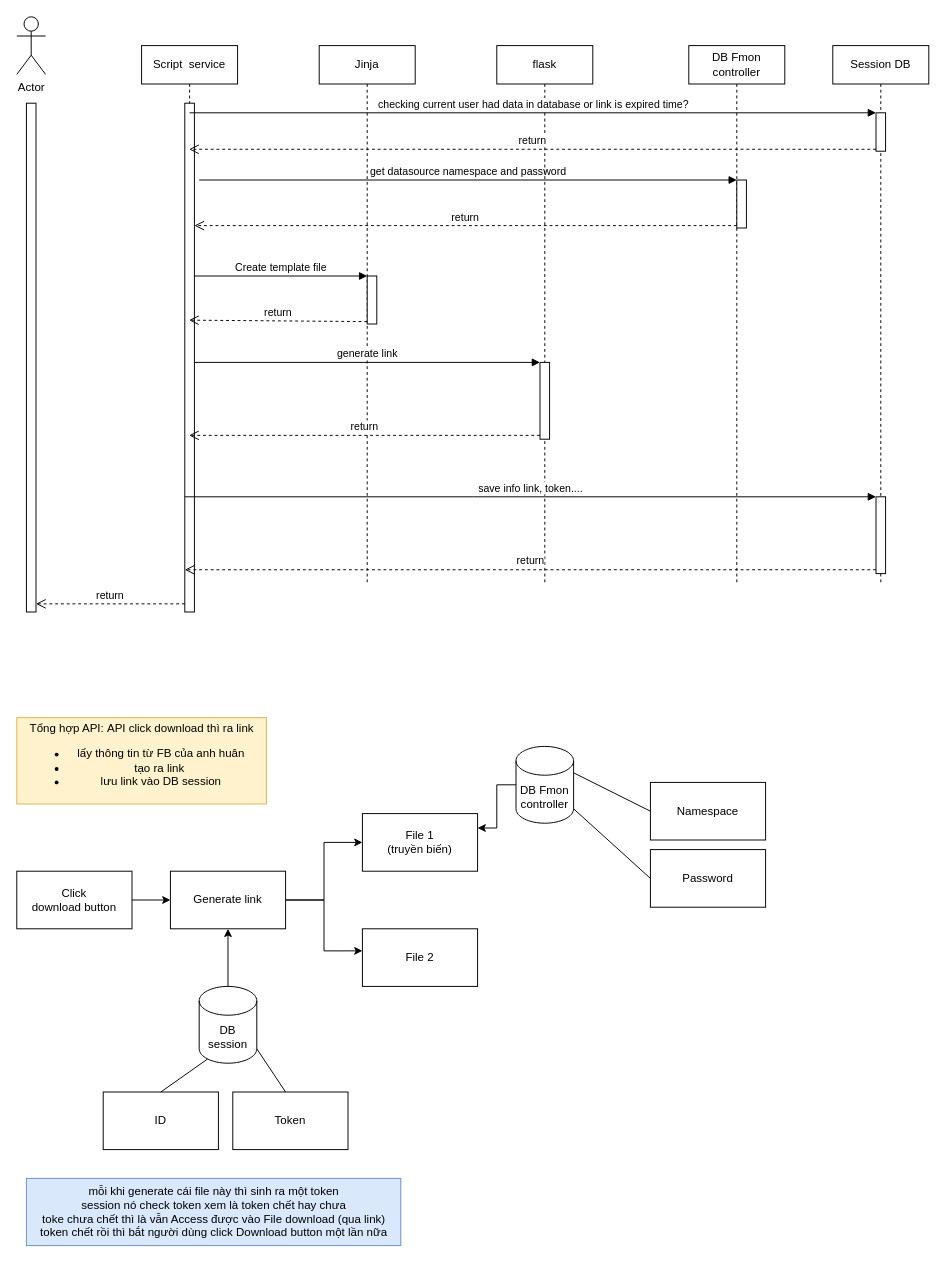
Above: Download install script.drawio in AlicasticAnhthu/apiflask (draw.io), before the change. Source tidied: cells renumbered, new cells numbered last; positions are measured from the earlier drawing's top-left corner, leaving out a move shared by most shapes. Both pictures are drawn from the tidied source at 96%, with x=0, y=0 at pixel (16, 16).
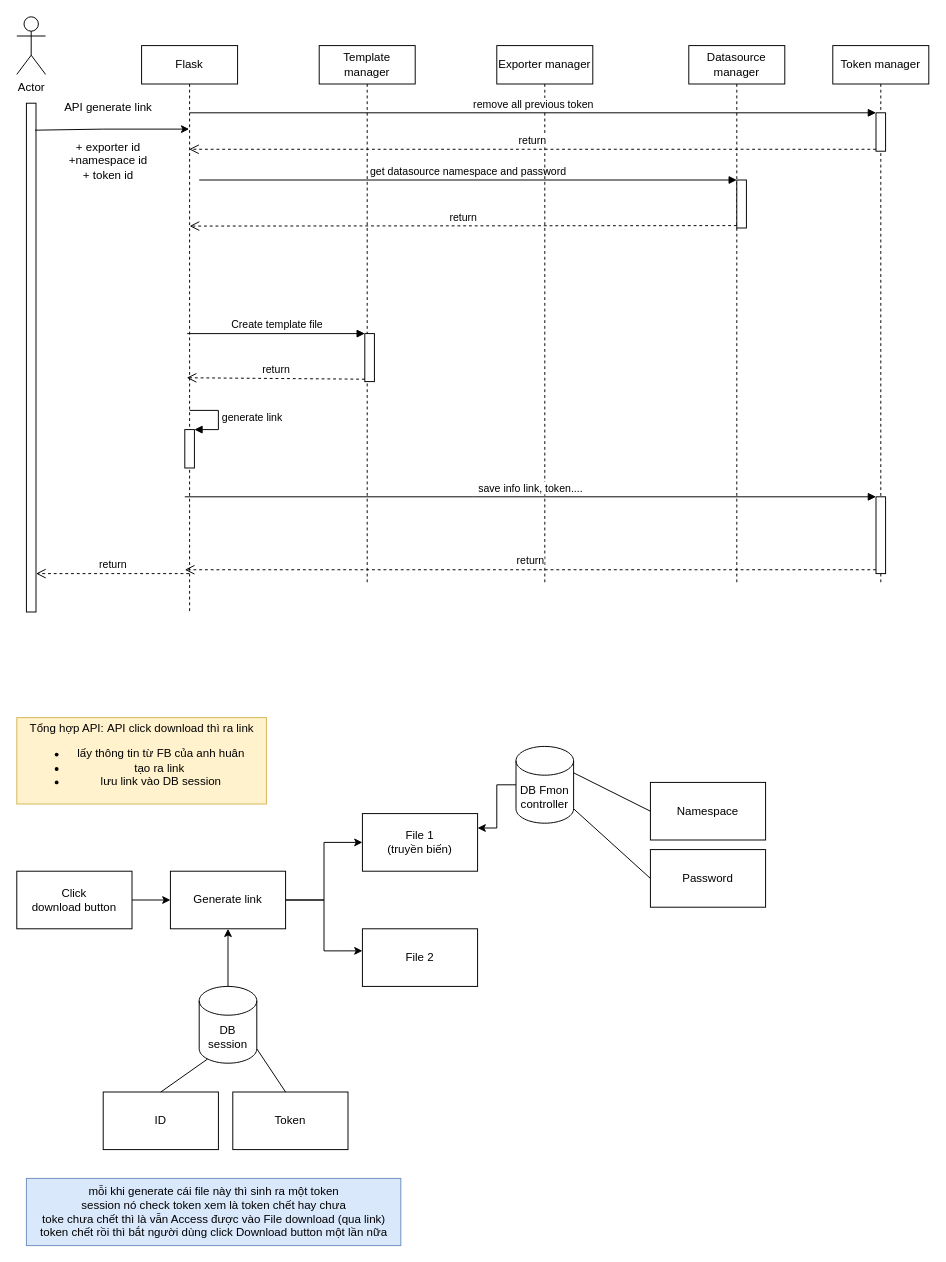
The same diagram, later.

Unchanged cells that the change refers to:
```xml
<mxCell id="8" style="html=1;points=[];perimeter=orthogonalPerimeter;" parent="7" vertex="1">
  <mxGeometry x="50" y="140" width="10" height="50" as="geometry" />
</mxCell>
<mxCell id="32" style="html=1;points=[];perimeter=orthogonalPerimeter;" parent="30" vertex="1">
  <mxGeometry x="45" y="70" width="10" height="40" as="geometry" />
</mxCell>
<mxCell id="33" style="html=1;points=[];perimeter=orthogonalPerimeter;" parent="1" vertex="1">
  <mxGeometry x="10" y="90" width="10" height="530" as="geometry" />
</mxCell>
```

What changed in the source:
```diff
@@
-    <mxCell id="3" value="Script &amp;nbsp;service" style="shape=umlLifeline;perimeter=lifelinePerimeter;whiteSpace=wrap;html=1;outlineConnect=0;" parent="1" vertex="1">
+    <mxCell id="3" value="Flask" style="shape=umlLifeline;perimeter=lifelinePerimeter;whiteSpace=wrap;html=1;outlineConnect=0;" parent="1" vertex="1">
       <mxGeometry x="130" y="30" width="100" height="590" as="geometry" />
     </mxCell>
-    <mxCell id="4" style="html=1;points=[];perimeter=orthogonalPerimeter;" parent="3" vertex="1">
-      <mxGeometry x="45" y="60" width="10" height="530" as="geometry" />
-    </mxCell>
+    <mxCell id="47" style="html=1;points=[];perimeter=orthogonalPerimeter;" parent="3" vertex="1">
+      <mxGeometry x="45" y="400" width="10" height="40" as="geometry" />
+    </mxCell>
+    <mxCell id="40" value="generate link" style="edgeStyle=orthogonalEdgeStyle;html=1;align=left;spacingLeft=2;endArrow=block;rounded=0;entryX=1;entryY=0;" parent="3" edge="1" target="47">
+      <mxGeometry relative="1" as="geometry">
+        <mxPoint x="50" y="380" as="sourcePoint" />
+        <Array as="points">
+          <mxPoint x="80" y="380" />
+        </Array>
+      </mxGeometry>
+    </mxCell>
-    <mxCell id="5" value="Jinja" style="shape=umlLifeline;perimeter=lifelinePerimeter;whiteSpace=wrap;html=1;" parent="1" vertex="1">
+    <mxCell id="5" value="Template manager" style="shape=umlLifeline;perimeter=lifelinePerimeter;whiteSpace=wrap;html=1;" parent="1" vertex="1">
       <mxGeometry x="315" y="30" width="100" height="560" as="geometry" />
     </mxCell>
     <mxCell id="6" style="html=1;points=[];perimeter=orthogonalPerimeter;" parent="5" vertex="1">
-      <mxGeometry x="50" y="240" width="10" height="50" as="geometry" />
+      <mxGeometry x="47.5" y="300" width="10" height="50" as="geometry" />
     </mxCell>
-    <mxCell id="7" value="DB Fmon controller" style="shape=umlLifeline;perimeter=lifelinePerimeter;whiteSpace=wrap;html=1;" parent="1" vertex="1">
+    <mxCell id="7" value="Datasource manager" style="shape=umlLifeline;perimeter=lifelinePerimeter;whiteSpace=wrap;html=1;" parent="1" vertex="1">
       <mxGeometry x="700" y="30" width="100" height="560" as="geometry" />
     </mxCell>
@@
-    <mxCell id="30" value="Session DB" style="shape=umlLifeline;perimeter=lifelinePerimeter;whiteSpace=wrap;html=1;" parent="1" vertex="1">
+    <mxCell id="30" value="Token manager" style="shape=umlLifeline;perimeter=lifelinePerimeter;whiteSpace=wrap;html=1;" parent="1" vertex="1">
       <mxGeometry x="850" y="30" width="100" height="560" as="geometry" />
     </mxCell>
@@
-    <mxCell id="35" value="return" style="html=1;verticalAlign=bottom;endArrow=open;dashed=1;endSize=8;exitX=0;exitY=0.95;rounded=0;" parent="1" edge="1" source="8" target="4">
-      <mxGeometry relative="1" as="geometry" />
+    <mxCell id="35" value="return" style="html=1;verticalAlign=bottom;endArrow=open;dashed=1;endSize=8;exitX=0;exitY=0.95;rounded=0;" parent="1" edge="1" source="8">
+      <mxGeometry relative="1" as="geometry">
+        <mxPoint x="180" y="218" as="targetPoint" />
+      </mxGeometry>
     </mxCell>
-    <mxCell id="36" value="flask" style="shape=umlLifeline;perimeter=lifelinePerimeter;whiteSpace=wrap;html=1;" parent="1" vertex="1">
+    <mxCell id="36" value="Exporter manager" style="shape=umlLifeline;perimeter=lifelinePerimeter;whiteSpace=wrap;html=1;" parent="1" vertex="1">
       <mxGeometry x="500" y="30" width="100" height="560" as="geometry" />
     </mxCell>
-    <mxCell id="37" style="html=1;points=[];perimeter=orthogonalPerimeter;" parent="36" vertex="1">
-      <mxGeometry x="45" y="330" width="10" height="80" as="geometry" />
-    </mxCell>
-    <mxCell id="38" value="Create template file" style="html=1;verticalAlign=bottom;endArrow=block;entryX=0;entryY=0;rounded=0;" parent="1" edge="1" source="4" target="6">
-      <mxGeometry relative="1" as="geometry" />
+    <mxCell id="38" value="Create template file" style="html=1;verticalAlign=bottom;endArrow=block;entryX=0;entryY=0;rounded=0;" parent="1" edge="1" target="6">
+      <mxGeometry relative="1" as="geometry">
+        <mxPoint x="177.5" y="330" as="sourcePoint" />
+      </mxGeometry>
     </mxCell>
     <mxCell id="39" value="return" style="html=1;verticalAlign=bottom;endArrow=open;dashed=1;endSize=8;exitX=0;exitY=0.95;rounded=0;" parent="1" edge="1" source="6">
       <mxGeometry relative="1" as="geometry">
-        <mxPoint x="179.5" y="316" as="targetPoint" />
+        <mxPoint x="177" y="376" as="targetPoint" />
       </mxGeometry>
     </mxCell>
-    <mxCell id="40" value="generate link" style="html=1;verticalAlign=bottom;endArrow=block;entryX=0;entryY=0;rounded=0;" parent="1" edge="1" source="4" target="37">
-      <mxGeometry relative="1" as="geometry" />
-    </mxCell>
-    <mxCell id="41" value="return" style="html=1;verticalAlign=bottom;endArrow=open;dashed=1;endSize=8;exitX=0;exitY=0.95;rounded=0;" parent="1" edge="1" source="37">
-      <mxGeometry relative="1" as="geometry">
-        <mxPoint x="179.5" y="436" as="targetPoint" />
-      </mxGeometry>
-    </mxCell>
@@
-    <mxCell id="44" value="return" style="html=1;verticalAlign=bottom;endArrow=open;dashed=1;endSize=8;rounded=0;exitX=0;exitY=0.984;exitDx=0;exitDy=0;exitPerimeter=0;" parent="1" edge="1" source="4" target="33">
-      <mxGeometry relative="1" as="geometry" />
+    <mxCell id="44" value="return" style="html=1;verticalAlign=bottom;endArrow=open;dashed=1;endSize=8;rounded=0;" parent="1" edge="1" source="3" target="33">
+      <mxGeometry relative="1" as="geometry">
+        <Array as="points">
+          <mxPoint x="90" y="580" />
+        </Array>
+      </mxGeometry>
     </mxCell>
-    <mxCell id="45" value="checking current user had data in database or link is expired time?" style="html=1;verticalAlign=bottom;endArrow=block;entryX=0;entryY=0;rounded=0;" parent="1" edge="1" target="32">
+    <mxCell id="45" value="remove all previous token" style="html=1;verticalAlign=bottom;endArrow=block;entryX=0;entryY=0;rounded=0;" parent="1" edge="1" target="32">
       <mxGeometry relative="1" as="geometry">
         <mxPoint x="180" y="100" as="sourcePoint" />
       </mxGeometry>
     </mxCell>
@@
+    <mxCell id="48" style="endArrow=classic;html=1;rounded=0;exitX=0.9;exitY=0.021;exitDx=0;exitDy=0;exitPerimeter=0;" parent="1" edge="1">
+      <mxGeometry relative="1" as="geometry">
+        <mxPoint x="19" y="118.1" as="sourcePoint" />
+        <mxPoint x="179.5" y="117" as="targetPoint" />
+        <Array as="points">
+          <mxPoint x="90" y="117" />
+        </Array>
+      </mxGeometry>
+    </mxCell>
+    <mxCell id="49" value="+ exporter id&lt;br&gt;+namespace id&lt;br&gt;+ token id" style="text;html=1;align=center;verticalAlign=middle;strokeColor=none;fillColor=none;" parent="1" vertex="1">
+      <mxGeometry x="40" y="120" width="110" height="60" as="geometry" />
+    </mxCell>
+    <mxCell id="50" value="API generate link" style="text;html=1;align=center;verticalAlign=middle;strokeColor=none;fillColor=none;" parent="1" vertex="1">
+      <mxGeometry x="40" y="80" width="110" height="30" as="geometry" />
+    </mxCell>
```
